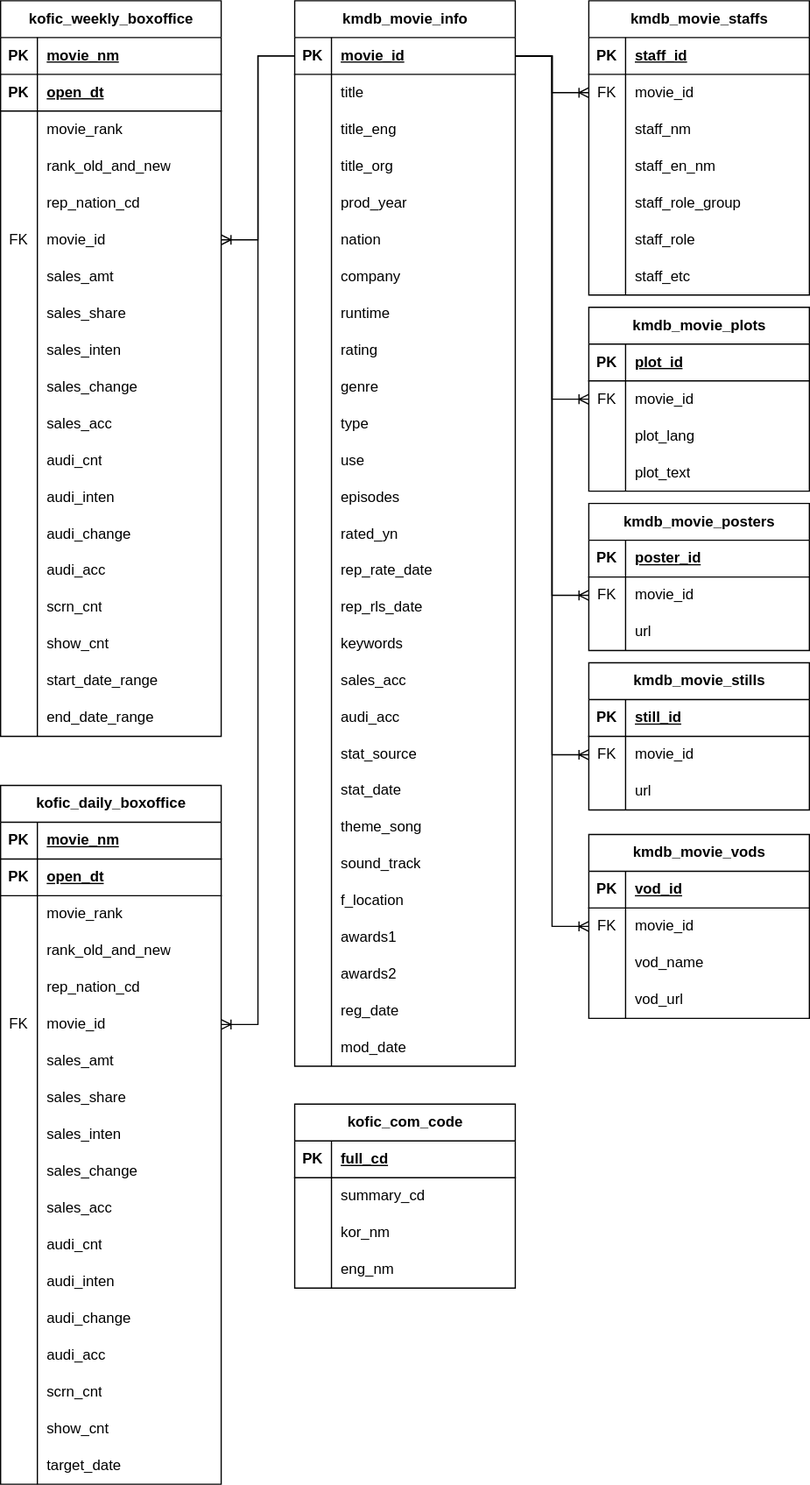
moner050/cine-info keeps this draw.io diagram as cine-info-erd.svg. Above is the earlier version. Source tidied: cells renumbered, new cells last; positions are measured from the earlier drawing's top-left corner, leaving out a move shared by most shapes.
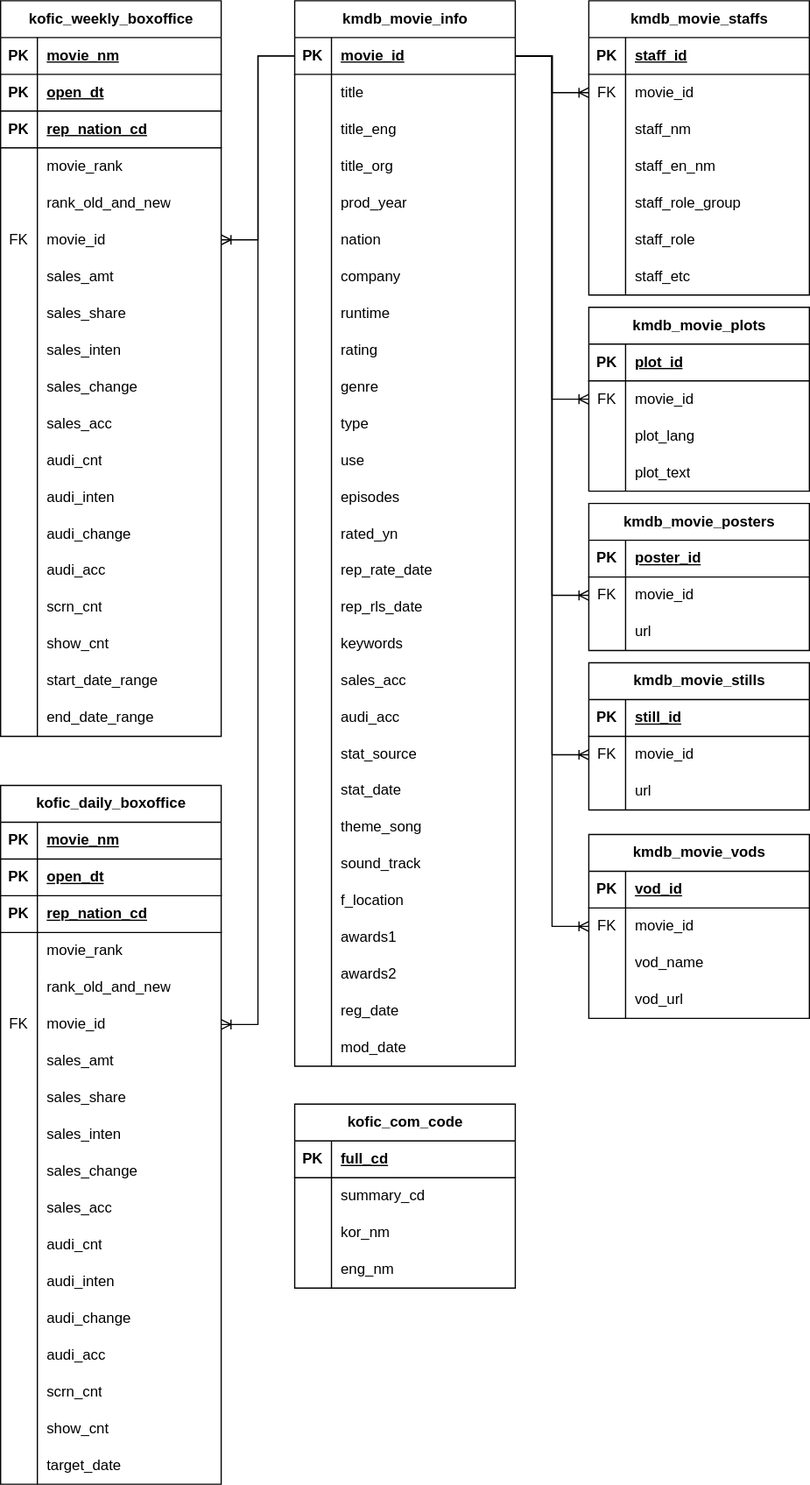
The same file after the commit.

Commit message:
Docs: 주간/일간 박스오피스 pk 추가

The edit, as a diff of the source:
```diff
@@ -23,8 +23,17 @@
     <mxCell id="8" value="open_dt" style="shape=partialRectangle;fillColor=none;top=0;left=0;bottom=0;right=0;align=left;spacingLeft=6;fontStyle=5;overflow=hidden;whiteSpace=wrap;html=1;" parent="6" vertex="1">
       <mxGeometry x="30" width="150" height="30" as="geometry" />
     </mxCell>
+    <mxCell id="288" style="shape=tableRow;horizontal=0;startSize=0;swimlaneHead=0;swimlaneBody=0;fillColor=none;top=0;left=0;right=0;bottom=1;" parent="2" vertex="1">
+      <mxGeometry y="90" width="180" height="30" as="geometry" />
+    </mxCell>
+    <mxCell id="289" value="PK" style="shape=partialRectangle;fillColor=none;top=0;left=0;bottom=0;right=0;fontStyle=1;overflow=hidden;whiteSpace=wrap;html=1;" parent="288" vertex="1">
+      <mxGeometry width="30" height="30" as="geometry" />
+    </mxCell>
+    <mxCell id="290" value="rep_nation_cd" style="shape=partialRectangle;fillColor=none;top=0;left=0;bottom=0;right=0;align=left;spacingLeft=6;fontStyle=5;overflow=hidden;whiteSpace=wrap;html=1;" parent="288" vertex="1">
+      <mxGeometry x="30" width="150" height="30" as="geometry" />
+    </mxCell>
     <mxCell id="9" style="shape=tableRow;horizontal=0;startSize=0;swimlaneHead=0;swimlaneBody=0;fillColor=none;top=0;left=0;right=0;bottom=0;" parent="2" vertex="1">
-      <mxGeometry y="90" width="180" height="30" as="geometry" />
+      <mxGeometry y="120" width="180" height="30" as="geometry" />
     </mxCell>
     <mxCell id="10" style="shape=partialRectangle;fillColor=none;top=0;left=0;bottom=0;right=0;overflow=hidden;whiteSpace=wrap;html=1;" parent="9" vertex="1">
       <mxGeometry width="30" height="30" as="geometry" />
@@ -33,7 +42,7 @@
       <mxGeometry x="30" width="150" height="30" as="geometry" />
     </mxCell>
     <mxCell id="12" style="shape=tableRow;horizontal=0;startSize=0;swimlaneHead=0;swimlaneBody=0;fillColor=none;top=0;left=0;right=0;bottom=0;" parent="2" vertex="1">
-      <mxGeometry y="120" width="180" height="30" as="geometry" />
+      <mxGeometry y="150" width="180" height="30" as="geometry" />
     </mxCell>
     <mxCell id="13" style="shape=partialRectangle;fillColor=none;top=0;left=0;bottom=0;right=0;overflow=hidden;whiteSpace=wrap;html=1;" parent="12" vertex="1">
       <mxGeometry width="30" height="30" as="geometry" />
@@ -41,15 +50,6 @@
     <mxCell id="14" value="rank_old_and_new" style="shape=partialRectangle;fillColor=none;top=0;left=0;bottom=0;right=0;align=left;spacingLeft=6;overflow=hidden;whiteSpace=wrap;html=1;" parent="12" vertex="1">
       <mxGeometry x="30" width="150" height="30" as="geometry" />
     </mxCell>
-    <mxCell id="15" style="shape=tableRow;horizontal=0;startSize=0;swimlaneHead=0;swimlaneBody=0;fillColor=none;top=0;left=0;right=0;bottom=0;" parent="2" vertex="1">
-      <mxGeometry y="150" width="180" height="30" as="geometry" />
-    </mxCell>
-    <mxCell id="16" style="shape=partialRectangle;fillColor=none;top=0;left=0;bottom=0;right=0;overflow=hidden;whiteSpace=wrap;html=1;" parent="15" vertex="1">
-      <mxGeometry width="30" height="30" as="geometry" />
-    </mxCell>
-    <mxCell id="17" value="rep_nation_cd" style="shape=partialRectangle;fillColor=none;top=0;left=0;bottom=0;right=0;align=left;spacingLeft=6;overflow=hidden;whiteSpace=wrap;html=1;" parent="15" vertex="1">
-      <mxGeometry x="30" width="150" height="30" as="geometry" />
-    </mxCell>
     <mxCell id="18" style="shape=tableRow;horizontal=0;startSize=0;swimlaneHead=0;swimlaneBody=0;fillColor=none;points=[[0,0.5],[1,0.5]];portConstraint=eastwest;top=0;left=0;right=0;bottom=0;" parent="2" vertex="1">
       <mxGeometry y="180" width="180" height="30" as="geometry" />
     </mxCell>
@@ -197,8 +197,17 @@
     <mxCell id="66" value="open_dt" style="shape=partialRectangle;fillColor=none;top=0;left=0;bottom=0;right=0;align=left;spacingLeft=6;fontStyle=5;overflow=hidden;whiteSpace=wrap;html=1;" parent="64" vertex="1">
       <mxGeometry x="30" width="150" height="30" as="geometry" />
     </mxCell>
+    <mxCell id="291" style="shape=tableRow;horizontal=0;startSize=0;swimlaneHead=0;swimlaneBody=0;fillColor=none;top=0;left=0;right=0;bottom=1;" parent="60" vertex="1">
+      <mxGeometry y="90" width="180" height="30" as="geometry" />
+    </mxCell>
+    <mxCell id="292" value="PK" style="shape=partialRectangle;fillColor=none;top=0;left=0;bottom=0;right=0;fontStyle=1;overflow=hidden;whiteSpace=wrap;html=1;" parent="291" vertex="1">
+      <mxGeometry width="30" height="30" as="geometry" />
+    </mxCell>
+    <mxCell id="293" value="rep_nation_cd" style="shape=partialRectangle;fillColor=none;top=0;left=0;bottom=0;right=0;align=left;spacingLeft=6;fontStyle=5;overflow=hidden;whiteSpace=wrap;html=1;" parent="291" vertex="1">
+      <mxGeometry x="30" width="150" height="30" as="geometry" />
+    </mxCell>
     <mxCell id="67" style="shape=tableRow;horizontal=0;startSize=0;swimlaneHead=0;swimlaneBody=0;fillColor=none;top=0;left=0;right=0;bottom=0;" parent="60" vertex="1">
-      <mxGeometry y="90" width="180" height="30" as="geometry" />
+      <mxGeometry y="120" width="180" height="30" as="geometry" />
     </mxCell>
     <mxCell id="68" style="shape=partialRectangle;fillColor=none;top=0;left=0;bottom=0;right=0;overflow=hidden;whiteSpace=wrap;html=1;" parent="67" vertex="1">
       <mxGeometry width="30" height="30" as="geometry" />
@@ -207,7 +216,7 @@
       <mxGeometry x="30" width="150" height="30" as="geometry" />
     </mxCell>
     <mxCell id="70" style="shape=tableRow;horizontal=0;startSize=0;swimlaneHead=0;swimlaneBody=0;fillColor=none;top=0;left=0;right=0;bottom=0;" parent="60" vertex="1">
-      <mxGeometry y="120" width="180" height="30" as="geometry" />
+      <mxGeometry y="150" width="180" height="30" as="geometry" />
     </mxCell>
     <mxCell id="71" style="shape=partialRectangle;fillColor=none;top=0;left=0;bottom=0;right=0;overflow=hidden;whiteSpace=wrap;html=1;" parent="70" vertex="1">
       <mxGeometry width="30" height="30" as="geometry" />
@@ -215,15 +224,6 @@
     <mxCell id="72" value="rank_old_and_new" style="shape=partialRectangle;fillColor=none;top=0;left=0;bottom=0;right=0;align=left;spacingLeft=6;overflow=hidden;whiteSpace=wrap;html=1;" parent="70" vertex="1">
       <mxGeometry x="30" width="150" height="30" as="geometry" />
     </mxCell>
-    <mxCell id="73" style="shape=tableRow;horizontal=0;startSize=0;swimlaneHead=0;swimlaneBody=0;fillColor=none;top=0;left=0;right=0;bottom=0;" parent="60" vertex="1">
-      <mxGeometry y="150" width="180" height="30" as="geometry" />
-    </mxCell>
-    <mxCell id="74" style="shape=partialRectangle;fillColor=none;top=0;left=0;bottom=0;right=0;overflow=hidden;whiteSpace=wrap;html=1;" parent="73" vertex="1">
-      <mxGeometry width="30" height="30" as="geometry" />
-    </mxCell>
-    <mxCell id="75" value="rep_nation_cd" style="shape=partialRectangle;fillColor=none;top=0;left=0;bottom=0;right=0;align=left;spacingLeft=6;overflow=hidden;whiteSpace=wrap;html=1;" parent="73" vertex="1">
-      <mxGeometry x="30" width="150" height="30" as="geometry" />
-    </mxCell>
     <mxCell id="76" style="shape=tableRow;horizontal=0;startSize=0;swimlaneHead=0;swimlaneBody=0;fillColor=none;points=[[0,0.5],[1,0.5]];portConstraint=eastwest;top=0;left=0;right=0;bottom=0;" parent="60" vertex="1">
       <mxGeometry y="180" width="180" height="30" as="geometry" />
     </mxCell>
```
